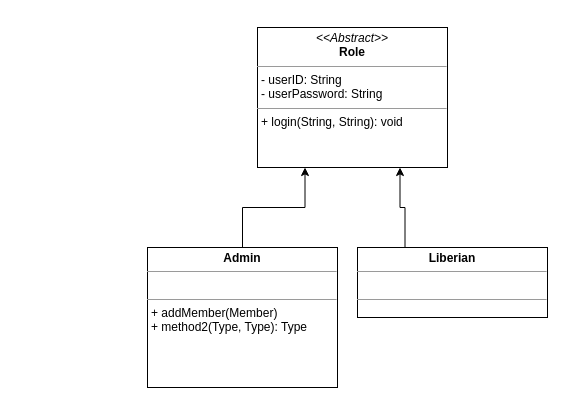
Before: Untitled Diagram.drawio in megaunknown/UML, a draw.io diagram. Source tidied: cells renumbered, new cells numbered last; positions are measured from the earlier drawing's top-left corner, leaving out a move shared by most shapes. Both pictures are drawn from the tidied source at 100%, with x=0, y=0 at pixel (147, 27).
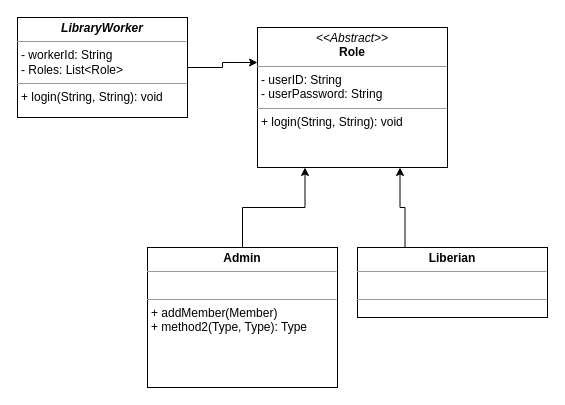
The same diagram, later.

Commit message:
Adding Association From LibWorker to Role

What changed in the source:
```diff
@@
 <mxGraphModel>
   <root>
     <mxCell id="0" />
     <mxCell id="1" parent="0" />
     <mxCell id="2" value="&lt;p style=&quot;margin: 0px ; margin-top: 4px ; text-align: center&quot;&gt;&lt;i&gt;&amp;lt;&amp;lt;Abstract&amp;gt;&amp;gt;&lt;/i&gt;&lt;br&gt;&lt;b&gt;Role&lt;/b&gt;&lt;/p&gt;&lt;hr size=&quot;1&quot;&gt;&lt;p style=&quot;margin: 0px ; margin-left: 4px&quot;&gt;- userID: String&lt;br&gt;- userPassword: String&lt;/p&gt;&lt;hr size=&quot;1&quot;&gt;&lt;p style=&quot;margin: 0px ; margin-left: 4px&quot;&gt;+ login(String, String): void&lt;br&gt;&lt;/p&gt;" style="verticalAlign=top;align=left;overflow=fill;fontSize=12;fontFamily=Helvetica;html=1;rounded=0;shadow=0;comic=0;labelBackgroundColor=none;strokeWidth=1;" parent="1" vertex="1">
       <mxGeometry x="110" width="190" height="140" as="geometry" />
     </mxCell>
     <mxCell id="3" style="edgeStyle=orthogonalEdgeStyle;rounded=0;jettySize=auto;html=1;exitX=0.5;exitY=0;exitDx=0;exitDy=0;entryX=0.25;entryY=1;entryDx=0;entryDy=0;" parent="1" edge="1" source="4" target="2">
       <mxGeometry relative="1" as="geometry" />
     </mxCell>
     <mxCell id="4" value="&lt;p style=&quot;margin: 0px ; margin-top: 4px ; text-align: center&quot;&gt;&lt;b&gt;Admin&lt;/b&gt;&lt;/p&gt;&lt;hr size=&quot;1&quot;&gt;&lt;p style=&quot;margin: 0px ; margin-left: 4px&quot;&gt;&lt;br&gt;&lt;/p&gt;&lt;hr size=&quot;1&quot;&gt;&lt;p style=&quot;margin: 0px ; margin-left: 4px&quot;&gt;+ addMember(Member)&lt;br&gt;+ method2(Type, Type): Type&lt;/p&gt;" style="verticalAlign=top;align=left;overflow=fill;fontSize=12;fontFamily=Helvetica;html=1;rounded=0;shadow=0;comic=0;labelBackgroundColor=none;strokeWidth=1;" parent="1" vertex="1">
       <mxGeometry y="220" width="190" height="140" as="geometry" />
     </mxCell>
     <mxCell id="5" style="edgeStyle=orthogonalEdgeStyle;rounded=0;jettySize=auto;html=1;exitX=0.25;exitY=0;exitDx=0;exitDy=0;entryX=0.75;entryY=1;entryDx=0;entryDy=0;" parent="1" edge="1" source="6" target="2">
       <mxGeometry relative="1" as="geometry" />
     </mxCell>
     <mxCell id="6" value="&lt;p style=&quot;margin: 0px ; margin-top: 4px ; text-align: center&quot;&gt;&lt;b&gt;Liberian&lt;/b&gt;&lt;/p&gt;&lt;hr size=&quot;1&quot;&gt;&lt;p style=&quot;margin: 0px ; margin-left: 4px&quot;&gt;&lt;br&gt;&lt;/p&gt;&lt;hr size=&quot;1&quot;&gt;&lt;p style=&quot;margin: 0px ; margin-left: 4px&quot;&gt;&lt;br&gt;&lt;/p&gt;" style="verticalAlign=top;align=left;overflow=fill;fontSize=12;fontFamily=Helvetica;html=1;rounded=0;shadow=0;comic=0;labelBackgroundColor=none;strokeWidth=1;" parent="1" vertex="1">
       <mxGeometry x="210" y="220" width="190" height="70" as="geometry" />
     </mxCell>
+    <mxCell id="7" style="edgeStyle=orthogonalEdgeStyle;rounded=0;jettySize=auto;html=1;exitX=1;exitY=0.5;exitDx=0;exitDy=0;entryX=0;entryY=0.25;entryDx=0;entryDy=0;" parent="1" edge="1" source="8" target="2">
+      <mxGeometry relative="1" as="geometry" />
+    </mxCell>
+    <mxCell id="8" value="&lt;p style=&quot;margin: 0px ; margin-top: 4px ; text-align: center&quot;&gt;&lt;i&gt;&lt;b&gt;LibraryWorker&lt;/b&gt;&lt;/i&gt;&lt;/p&gt;&lt;hr size=&quot;1&quot;&gt;&lt;p style=&quot;margin: 0px ; margin-left: 4px&quot;&gt;- workerId: String&lt;br&gt;- Roles: List&amp;lt;Role&amp;gt;&lt;/p&gt;&lt;hr size=&quot;1&quot;&gt;&lt;p style=&quot;margin: 0px ; margin-left: 4px&quot;&gt;+ login(String, String): void&lt;br&gt;&lt;/p&gt;" style="verticalAlign=top;align=left;overflow=fill;fontSize=12;fontFamily=Helvetica;html=1;rounded=0;shadow=0;comic=0;labelBackgroundColor=none;strokeWidth=1;" parent="1" vertex="1">
+      <mxGeometry x="-130" y="-10" width="170" height="100" as="geometry" />
+    </mxCell>
   </root>
 </mxGraphModel>
```
